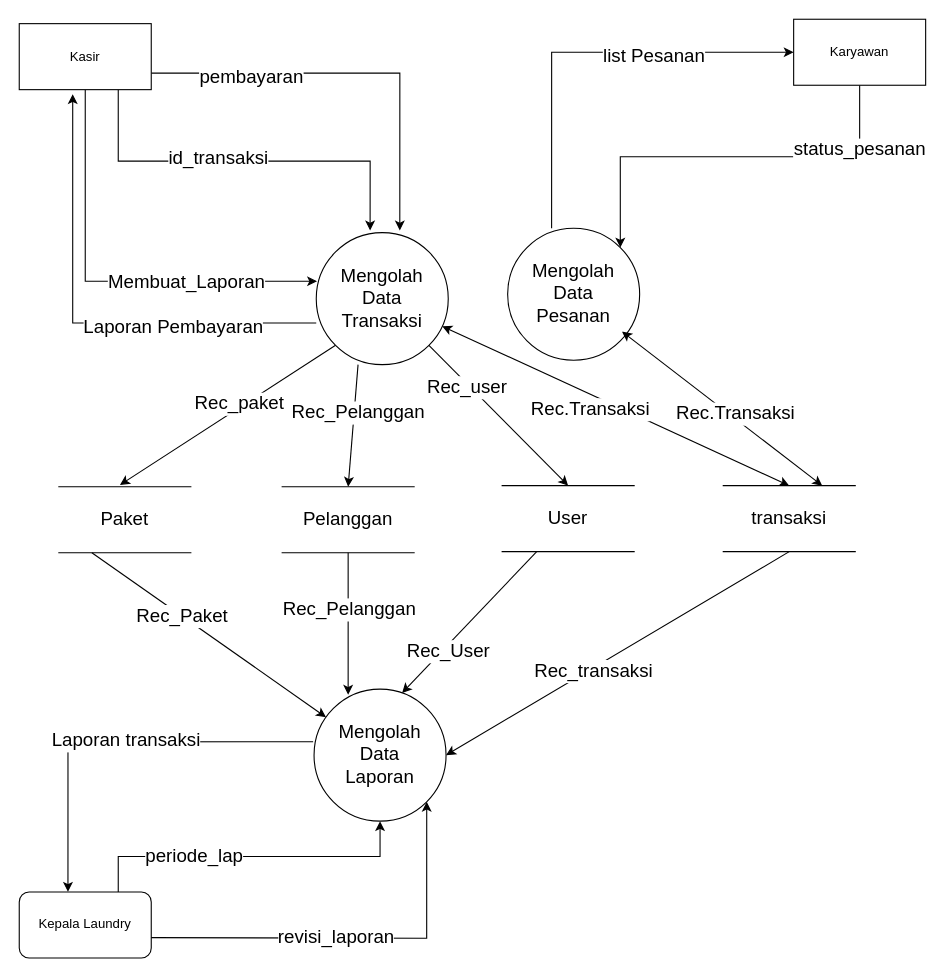
The draw.io diagram page "Halaman-2" (2 of 5) of Diagram Tanpa Judul.drawio in OkyErsan24/pesan_bioskop, before the edit. Source tidied: cells renumbered, new cells numbered last; positions are measured from the earlier drawing's top-left corner, leaving out a move shared by most shapes. Both pictures are drawn from the tidied source at 110%, with x=0, y=0 at pixel (19, 19).
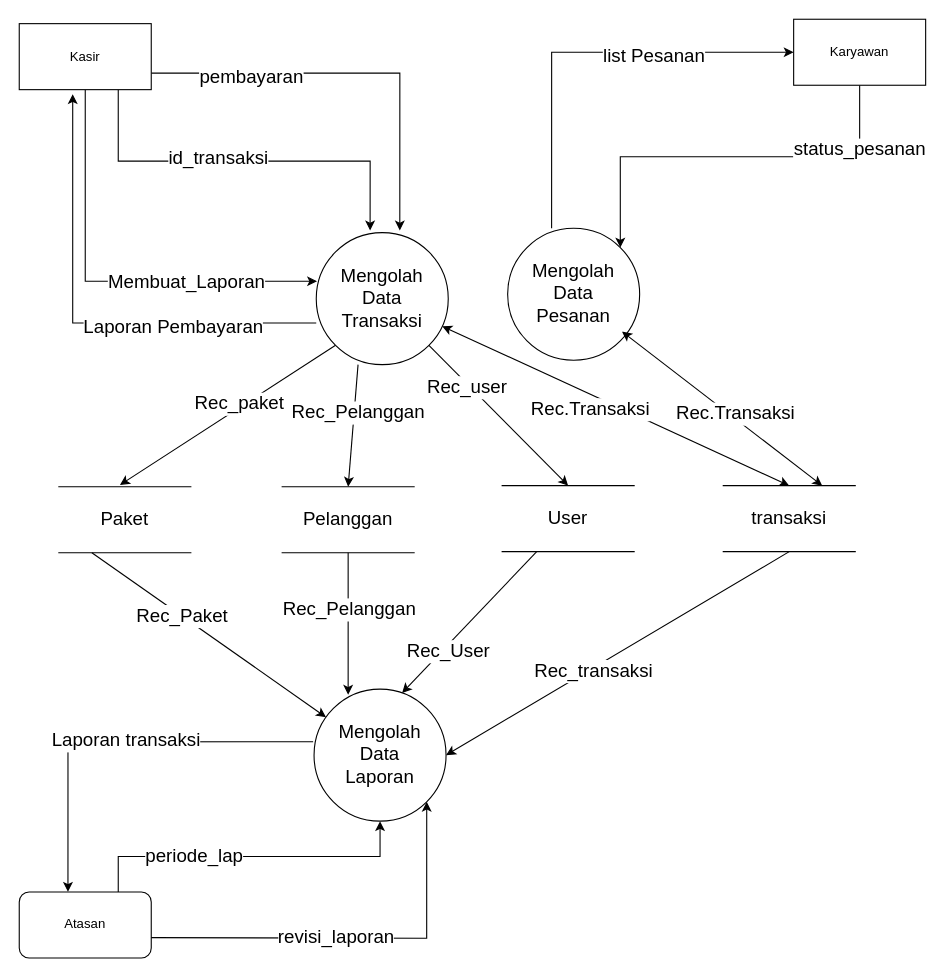
The same diagram, later.

Change to the diagram source:
```diff
@@
-    <mxCell id="32" value="Kepala Laundry" style="rounded=1;whiteSpace=wrap;html=1;" parent="1" vertex="1">
+    <mxCell id="32" value="Atasan" style="rounded=1;whiteSpace=wrap;html=1;" parent="1" vertex="1">
       <mxGeometry y="793.4" width="120" height="60" as="geometry" />
     </mxCell>
```
